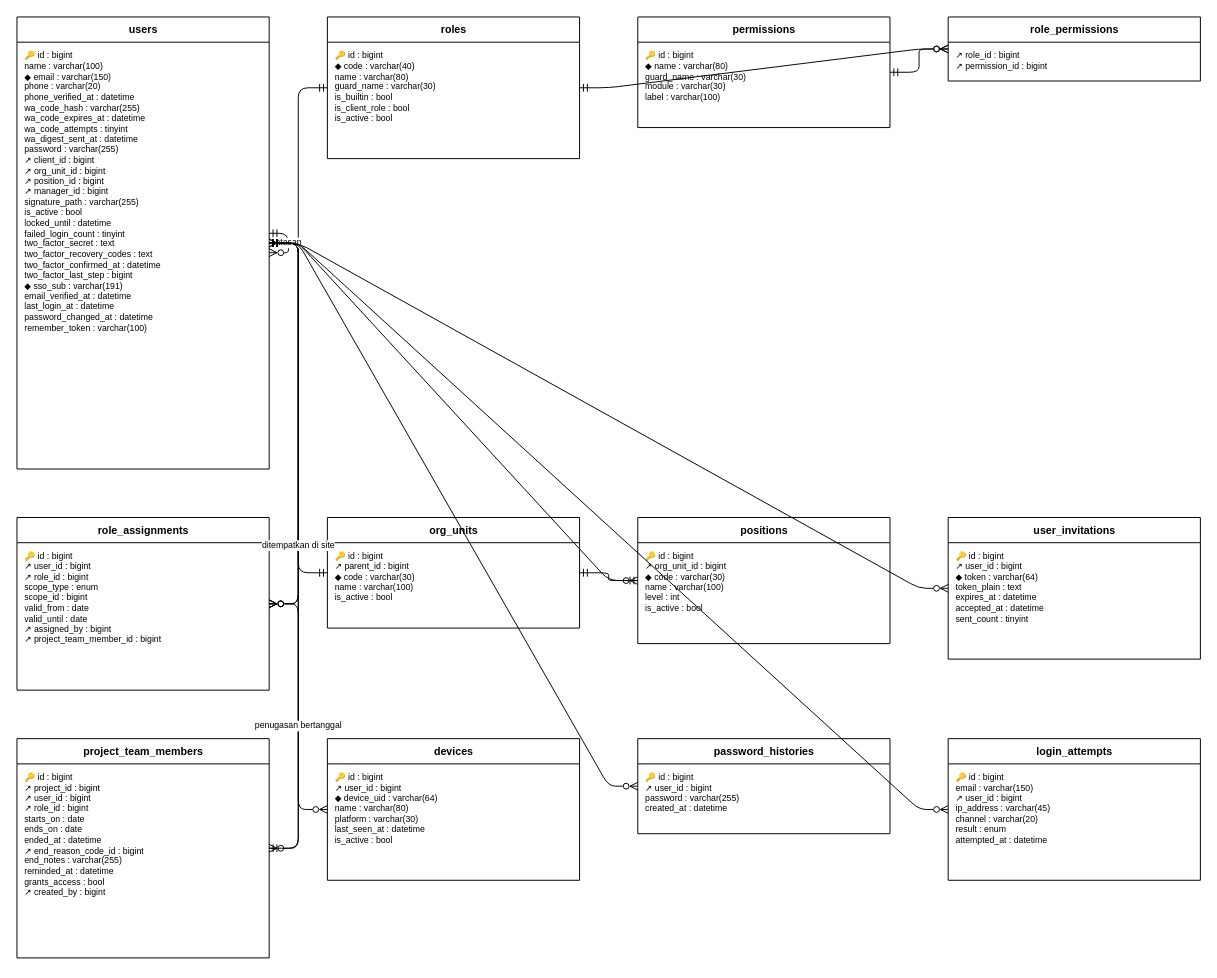
HengkyDarmawan/wms keeps this draw.io diagram as docs/diagram/erd-akses.drawio. Above is the earlier version. Source tidied: cells renumbered, new cells numbered last; positions are measured from the earlier drawing's top-left corner, leaving out a move shared by most shapes. Both pictures are drawn from the tidied source at 97%, with x=0, y=0 at pixel (16, 16).
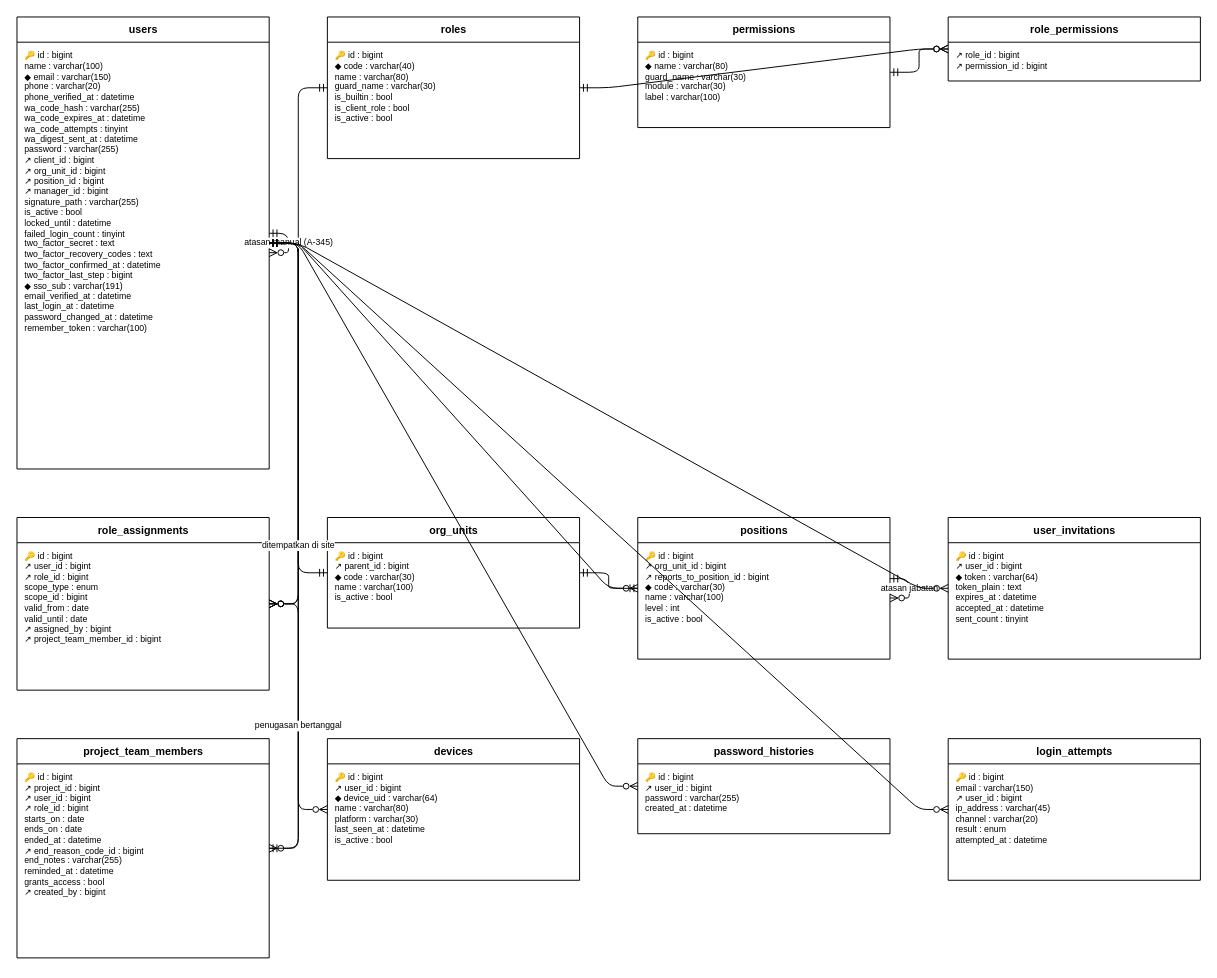
Above is the later version.

The change refers to these unchanged cells:
```xml
<mxCell id="2" value="users" style="swimlane;fontStyle=1;horizontal=1;startSize=26;html=1;fontSize=11;fillColor=#FFFFFF;" parent="1" vertex="1">
  <mxGeometry width="260" height="466" as="geometry" />
</mxCell>
<mxCell id="10" value="role_assignments" style="swimlane;fontStyle=1;horizontal=1;startSize=26;html=1;fontSize=11;fillColor=#FFFFFF;" parent="1" vertex="1">
  <mxGeometry y="516" width="260" height="178" as="geometry" />
</mxCell>
<mxCell id="16" value="user_invitations" style="swimlane;fontStyle=1;horizontal=1;startSize=26;html=1;fontSize=11;fillColor=#FFFFFF;" parent="1" vertex="1">
  <mxGeometry x="960" y="516" width="260" height="146" as="geometry" />
</mxCell>
<mxCell id="18" value="project_team_members" style="swimlane;fontStyle=1;horizontal=1;startSize=26;html=1;fontSize=11;fillColor=#FFFFFF;" parent="1" vertex="1">
  <mxGeometry y="744" width="260" height="226" as="geometry" />
</mxCell>
<mxCell id="20" value="devices" style="swimlane;fontStyle=1;horizontal=1;startSize=26;html=1;fontSize=11;fillColor=#FFFFFF;" parent="1" vertex="1">
  <mxGeometry x="320" y="744" width="260" height="146" as="geometry" />
</mxCell>
<mxCell id="22" value="password_histories" style="swimlane;fontStyle=1;horizontal=1;startSize=26;html=1;fontSize=11;fillColor=#FFFFFF;" parent="1" vertex="1">
  <mxGeometry x="640" y="744" width="260" height="98" as="geometry" />
</mxCell>
<mxCell id="24" value="login_attempts" style="swimlane;fontStyle=1;horizontal=1;startSize=26;html=1;fontSize=11;fillColor=#FFFFFF;" parent="1" vertex="1">
  <mxGeometry x="960" y="744" width="260" height="146" as="geometry" />
</mxCell>
```

What changed in the source:
```diff
@@
     <mxCell id="14" value="positions" style="swimlane;fontStyle=1;horizontal=1;startSize=26;html=1;fontSize=11;fillColor=#FFFFFF;" parent="1" vertex="1">
-      <mxGeometry x="640" y="516" width="260" height="130" as="geometry" />
+      <mxGeometry x="640" y="516" width="260" height="146" as="geometry" />
     </mxCell>
-    <mxCell id="15" value="🔑 id : bigint&lt;br&gt;↗ org_unit_id : bigint&lt;br&gt;◆ code : varchar(30)&lt;br&gt;name : varchar(100)&lt;br&gt;level : int&lt;br&gt;is_active : bool" style="text;html=1;strokeColor=none;fillColor=none;align=left;verticalAlign=top;spacingLeft=6;spacingTop=2;fontSize=9;whiteSpace=wrap;overflow=hidden;" parent="14" vertex="1">
-      <mxGeometry y="26" width="260" height="104" as="geometry" />
+    <mxCell id="15" value="🔑 id : bigint&lt;br&gt;↗ org_unit_id : bigint&lt;br&gt;↗ reports_to_position_id : bigint&lt;br&gt;◆ code : varchar(30)&lt;br&gt;name : varchar(100)&lt;br&gt;level : int&lt;br&gt;is_active : bool" style="text;html=1;strokeColor=none;fillColor=none;align=left;verticalAlign=top;spacingLeft=6;spacingTop=2;fontSize=9;whiteSpace=wrap;overflow=hidden;" parent="14" vertex="1">
+      <mxGeometry y="26" width="260" height="120" as="geometry" />
     </mxCell>
@@
-    <mxCell id="33" value="atasan" style="edgeStyle=entityRelationEdgeStyle;fontSize=9;html=1;endArrow=ERzeroToMany;startArrow=ERmandOne;endFill=0;startFill=0;" parent="1" edge="1" source="2" target="2">
+    <mxCell id="33" value="atasan jabatan" style="edgeStyle=entityRelationEdgeStyle;fontSize=9;html=1;endArrow=ERzeroToMany;startArrow=ERmandOne;endFill=0;startFill=0;" parent="1" edge="1" source="14" target="14">
       <mxGeometry relative="1" as="geometry" />
     </mxCell>
-    <mxCell id="34" style="edgeStyle=entityRelationEdgeStyle;fontSize=9;html=1;endArrow=ERzeroToMany;startArrow=ERmandOne;endFill=0;startFill=0;" parent="1" edge="1" source="2" target="16">
+    <mxCell id="34" value="atasan manual (A-345)" style="edgeStyle=entityRelationEdgeStyle;fontSize=9;html=1;endArrow=ERzeroToMany;startArrow=ERmandOne;endFill=0;startFill=0;" parent="1" edge="1" source="2" target="2">
       <mxGeometry relative="1" as="geometry" />
     </mxCell>
-    <mxCell id="35" style="edgeStyle=entityRelationEdgeStyle;fontSize=9;html=1;endArrow=ERzeroToMany;startArrow=ERmandOne;endFill=0;startFill=0;" parent="1" edge="1" source="2" target="20">
+    <mxCell id="35" style="edgeStyle=entityRelationEdgeStyle;fontSize=9;html=1;endArrow=ERzeroToMany;startArrow=ERmandOne;endFill=0;startFill=0;" parent="1" edge="1" source="2" target="16">
       <mxGeometry relative="1" as="geometry" />
     </mxCell>
-    <mxCell id="36" style="edgeStyle=entityRelationEdgeStyle;fontSize=9;html=1;endArrow=ERzeroToMany;startArrow=ERmandOne;endFill=0;startFill=0;" parent="1" edge="1" source="2" target="22">
+    <mxCell id="36" style="edgeStyle=entityRelationEdgeStyle;fontSize=9;html=1;endArrow=ERzeroToMany;startArrow=ERmandOne;endFill=0;startFill=0;" parent="1" edge="1" source="2" target="20">
       <mxGeometry relative="1" as="geometry" />
     </mxCell>
-    <mxCell id="37" style="edgeStyle=entityRelationEdgeStyle;fontSize=9;html=1;endArrow=ERzeroToMany;startArrow=ERmandOne;endFill=0;startFill=0;" parent="1" edge="1" source="2" target="24">
+    <mxCell id="37" style="edgeStyle=entityRelationEdgeStyle;fontSize=9;html=1;endArrow=ERzeroToMany;startArrow=ERmandOne;endFill=0;startFill=0;" parent="1" edge="1" source="2" target="22">
       <mxGeometry relative="1" as="geometry" />
     </mxCell>
-    <mxCell id="38" value="ditempatkan di site" style="edgeStyle=entityRelationEdgeStyle;fontSize=9;html=1;endArrow=ERzeroToMany;startArrow=ERmandOne;endFill=0;startFill=0;" parent="1" edge="1" source="2" target="18">
+    <mxCell id="38" style="edgeStyle=entityRelationEdgeStyle;fontSize=9;html=1;endArrow=ERzeroToMany;startArrow=ERmandOne;endFill=0;startFill=0;" parent="1" edge="1" source="2" target="24">
       <mxGeometry relative="1" as="geometry" />
     </mxCell>
-    <mxCell id="39" value="penugasan bertanggal" style="edgeStyle=entityRelationEdgeStyle;fontSize=9;html=1;endArrow=ERzeroToMany;startArrow=ERmandOne;endFill=0;startFill=0;" parent="1" edge="1" source="18" target="10">
+    <mxCell id="39" value="ditempatkan di site" style="edgeStyle=entityRelationEdgeStyle;fontSize=9;html=1;endArrow=ERzeroToMany;startArrow=ERmandOne;endFill=0;startFill=0;" parent="1" edge="1" source="2" target="18">
       <mxGeometry relative="1" as="geometry" />
     </mxCell>
+    <mxCell id="40" value="penugasan bertanggal" style="edgeStyle=entityRelationEdgeStyle;fontSize=9;html=1;endArrow=ERzeroToMany;startArrow=ERmandOne;endFill=0;startFill=0;" parent="1" edge="1" source="18" target="10">
+      <mxGeometry relative="1" as="geometry" />
+    </mxCell>
```
